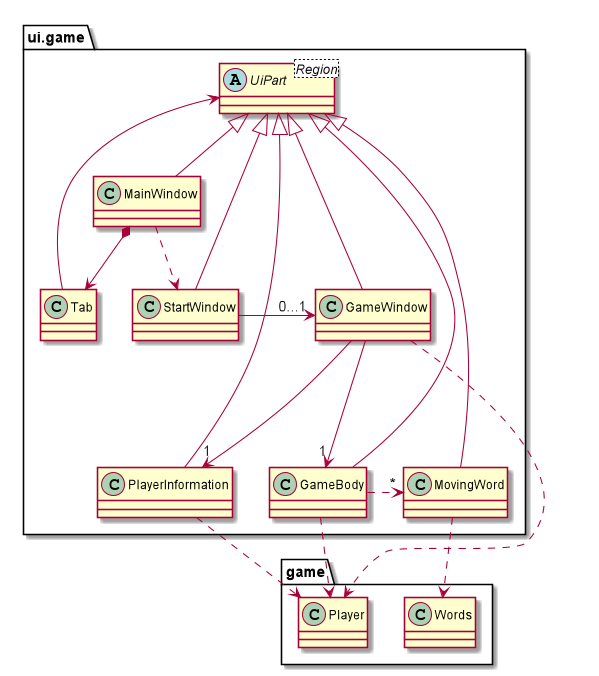
This is docs/images/GameWindowClassDiagram.png from nus-cs2103-AY1920S1/addressbook-level3, a PlantUML export, as it was before one commit.
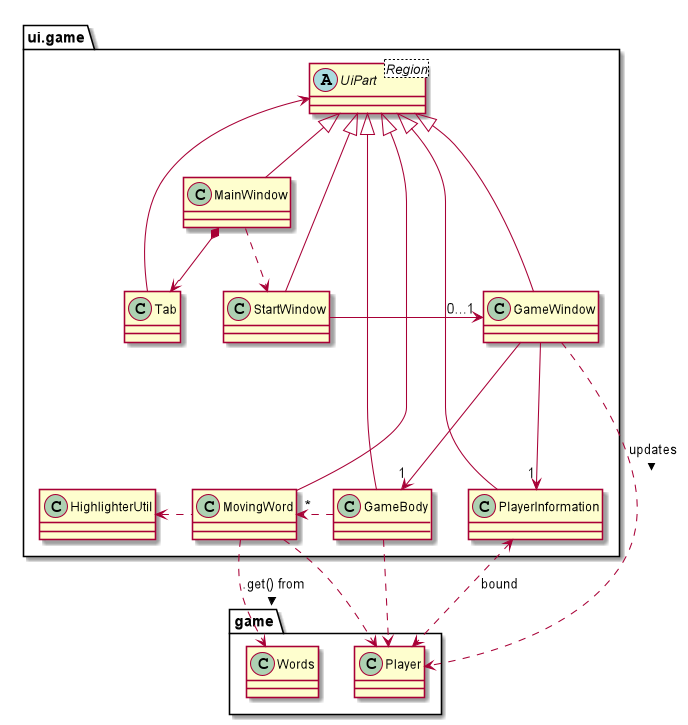
Later version of the same file.

Change to the diagram source:
```diff
@@ -8,6 +8,7 @@
     class PlayerInformation
     class GameBody
     class MovingWord
+    class HighlighterUtil
 }
 
 package game {
@@ -29,10 +30,12 @@
 GameWindow -down--> "1" GameBody
 GameWindow -down--> "1" PlayerInformation
 
-MovingWord .down.> Words
-GameWindow .down.> Player
+MovingWord .left.> HighlighterUtil
+MovingWord .down.> Words :.get() from >
+MovingWord .down.> Player
+GameWindow .down.> Player :updates >
 GameBody .down.> Player
 GameBody .right.> "*" MovingWord
-PlayerInformation .down.> Player
+PlayerInformation <.down.> Player :bound
 
 @enduml
```
